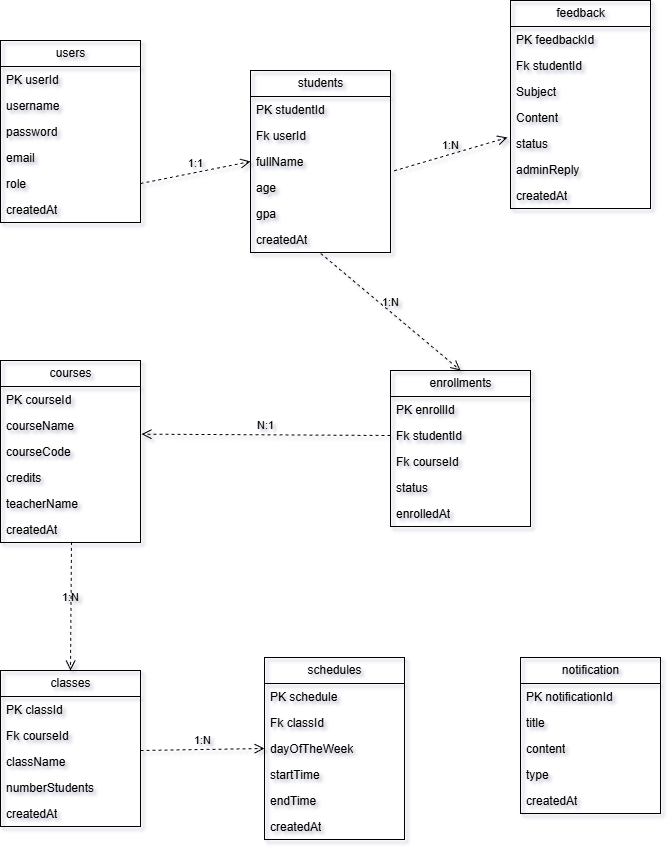
This is ERD.drawio.png from nguyenvuganarcho/intern-training-2025, a draw.io export, as it was before one commit. Source tidied: cells renumbered, new cells last; positions are measured from the earlier drawing's top-left corner, leaving out a move shared by most shapes.
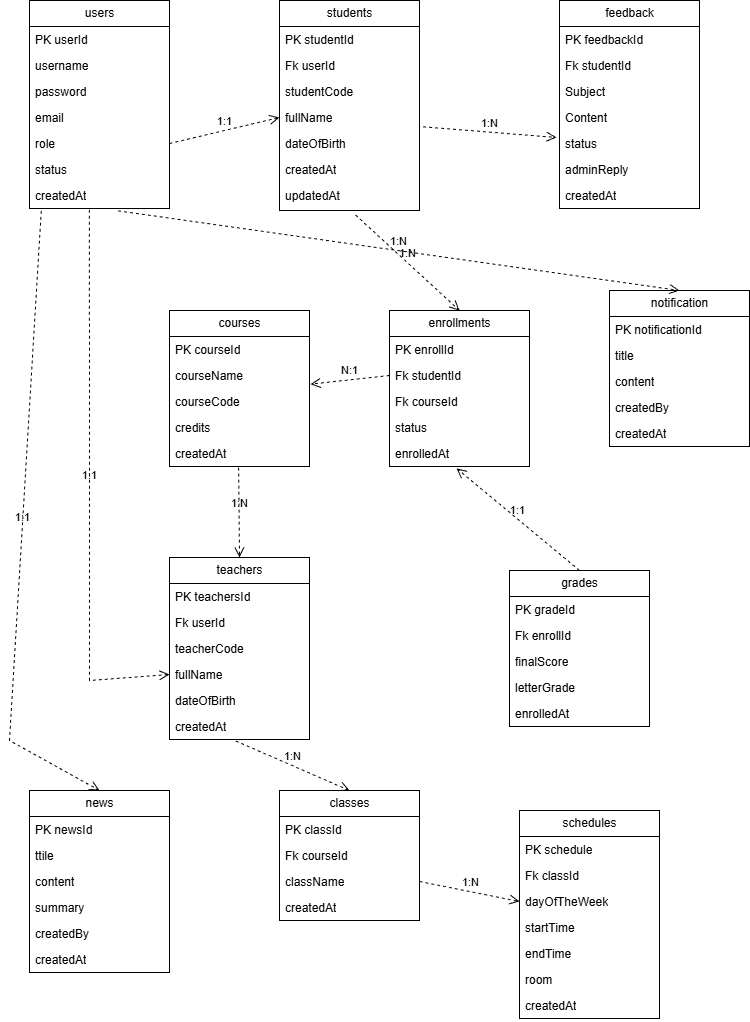
After the commit.

Diff of the diagram source:
```diff
@@ -1,2 +1,2 @@
-<mxGraphModel background="light-dark(#FFFFFF,#FFFFFF)" shadow="1">
+<mxGraphModel background="light-dark(#FFFFFF,#FFFFFF)">
   <root>
@@ -5,3 +5,3 @@
     <mxCell id="2" value="students" style="swimlane;fontStyle=0;horizontal=1;startSize=26;fillColor=none;html=1;" parent="1" vertex="1">
-      <mxGeometry x="250" y="70" width="140" height="182" as="geometry" />
+      <mxGeometry x="240" y="-60" width="140" height="210" as="geometry" />
     </mxCell>
@@ -13,11 +13,11 @@
     </mxCell>
+    <mxCell id="62" value="studentCode" style="text;strokeColor=none;fillColor=none;align=left;verticalAlign=top;spacingLeft=4;spacingRight=4;overflow=hidden;whiteSpace=wrap;html=1;" parent="2" vertex="1">
+      <mxGeometry y="78" width="140" height="26" as="geometry" />
+    </mxCell>
     <mxCell id="5" value="fullName" style="text;strokeColor=none;fillColor=none;align=left;verticalAlign=top;spacingLeft=4;spacingRight=4;overflow=hidden;points=[[0,0.5],[1,0.5]];portConstraint=eastwest;whiteSpace=wrap;html=1;" parent="2" vertex="1">
-      <mxGeometry y="78" width="140" height="26" as="geometry" />
+      <mxGeometry y="104" width="140" height="26" as="geometry" />
     </mxCell>
-    <mxCell id="6" value="age" style="text;strokeColor=none;fillColor=none;align=left;verticalAlign=top;spacingLeft=4;spacingRight=4;overflow=hidden;points=[[0,0.5],[1,0.5]];portConstraint=eastwest;whiteSpace=wrap;html=1;" parent="2" vertex="1">
-      <mxGeometry y="104" width="140" height="26" as="geometry" />
+    <mxCell id="6" value="dateOfBirth&lt;div&gt;&lt;br&gt;&lt;/div&gt;" style="text;strokeColor=none;fillColor=none;align=left;verticalAlign=top;spacingLeft=4;spacingRight=4;overflow=hidden;points=[[0,0.5],[1,0.5]];portConstraint=eastwest;whiteSpace=wrap;html=1;" parent="2" vertex="1">
+      <mxGeometry y="130" width="140" height="26" as="geometry" />
     </mxCell>
-    <mxCell id="7" value="gpa" style="text;strokeColor=none;fillColor=none;align=left;verticalAlign=top;spacingLeft=4;spacingRight=4;overflow=hidden;whiteSpace=wrap;html=1;" parent="2" vertex="1">
-      <mxGeometry y="130" width="140" height="26" as="geometry" />
-    </mxCell>
     <mxCell id="8" value="createdAt" style="text;strokeColor=none;fillColor=none;align=left;verticalAlign=top;spacingLeft=4;spacingRight=4;overflow=hidden;points=[[0,0.5],[1,0.5]];portConstraint=eastwest;whiteSpace=wrap;html=1;" parent="2" vertex="1">
@@ -25,4 +25,7 @@
     </mxCell>
+    <mxCell id="63" value="updatedAt" style="text;strokeColor=none;fillColor=none;align=left;verticalAlign=top;spacingLeft=4;spacingRight=4;overflow=hidden;points=[[0,0.5],[1,0.5]];portConstraint=eastwest;whiteSpace=wrap;html=1;" parent="2" vertex="1">
+      <mxGeometry y="182" width="140" height="28" as="geometry" />
+    </mxCell>
     <mxCell id="9" value="users" style="swimlane;fontStyle=0;horizontal=1;startSize=26;fillColor=none;html=1;" parent="1" vertex="1">
-      <mxGeometry y="40" width="140" height="182" as="geometry" />
+      <mxGeometry x="-10" y="-60" width="140" height="208" as="geometry" />
     </mxCell>
@@ -43,4 +46,7 @@
     </mxCell>
+    <mxCell id="64" value="status&lt;div&gt;&lt;br&gt;&lt;/div&gt;" style="text;strokeColor=none;fillColor=none;align=left;verticalAlign=top;spacingLeft=4;spacingRight=4;overflow=hidden;whiteSpace=wrap;html=1;" parent="9" vertex="1">
+      <mxGeometry y="156" width="140" height="26" as="geometry" />
+    </mxCell>
     <mxCell id="15" value="createdAt" style="text;strokeColor=none;fillColor=none;align=left;verticalAlign=top;spacingLeft=4;spacingRight=4;overflow=hidden;points=[[0,0.5],[1,0.5]];portConstraint=eastwest;whiteSpace=wrap;html=1;" parent="9" vertex="1">
-      <mxGeometry y="156" width="140" height="26" as="geometry" />
+      <mxGeometry y="182" width="140" height="26" as="geometry" />
     </mxCell>
@@ -50,3 +56,3 @@
     <mxCell id="17" value="enrollments" style="swimlane;fontStyle=0;horizontal=1;startSize=26;fillColor=none;html=1;" parent="1" vertex="1">
-      <mxGeometry x="390" y="370" width="140" height="156" as="geometry" />
+      <mxGeometry x="350" y="250" width="140" height="156" as="geometry" />
     </mxCell>
@@ -67,3 +73,3 @@
     </mxCell>
-    <mxCell id="23" value="1:N" style="endArrow=open;startArrow=none;endFill=0;startFill=0;endSize=8;html=1;verticalAlign=bottom;dashed=1;labelBackgroundColor=none;rounded=0;entryX=0.5;entryY=0;entryDx=0;entryDy=0;exitX=0.502;exitY=1.038;exitDx=0;exitDy=0;exitPerimeter=0;" parent="1" edge="1" source="8" target="17">
+    <mxCell id="23" value="1:N" style="endArrow=open;startArrow=none;endFill=0;startFill=0;endSize=8;html=1;verticalAlign=bottom;dashed=1;labelBackgroundColor=none;rounded=0;entryX=0.5;entryY=0;entryDx=0;entryDy=0;exitX=0.543;exitY=1.159;exitDx=0;exitDy=0;exitPerimeter=0;" parent="1" edge="1" source="63" target="17">
       <mxGeometry relative="1" as="geometry" />
@@ -71,3 +77,3 @@
     <mxCell id="24" value="courses" style="swimlane;fontStyle=0;horizontal=1;startSize=26;fillColor=none;html=1;" parent="1" vertex="1">
-      <mxGeometry y="360" width="140" height="182" as="geometry" />
+      <mxGeometry x="130" y="250" width="140" height="156" as="geometry" />
     </mxCell>
@@ -85,7 +91,4 @@
     </mxCell>
-    <mxCell id="29" value="teacherName" style="text;strokeColor=none;fillColor=none;align=left;verticalAlign=top;spacingLeft=4;spacingRight=4;overflow=hidden;whiteSpace=wrap;html=1;" parent="24" vertex="1">
-      <mxGeometry y="130" width="140" height="26" as="geometry" />
-    </mxCell>
     <mxCell id="30" value="createdAt" style="text;strokeColor=none;fillColor=none;align=left;verticalAlign=top;spacingLeft=4;spacingRight=4;overflow=hidden;points=[[0,0.5],[1,0.5]];portConstraint=eastwest;whiteSpace=wrap;html=1;" parent="24" vertex="1">
-      <mxGeometry y="156" width="140" height="26" as="geometry" />
+      <mxGeometry y="130" width="140" height="26" as="geometry" />
     </mxCell>
@@ -95,3 +98,3 @@
     <mxCell id="32" value="feedback" style="swimlane;fontStyle=0;horizontal=1;startSize=26;fillColor=none;html=1;" parent="1" vertex="1">
-      <mxGeometry x="510" width="140" height="208" as="geometry" />
+      <mxGeometry x="520" y="-60" width="140" height="208" as="geometry" />
     </mxCell>
@@ -122,3 +125,3 @@
     <mxCell id="41" value="classes" style="swimlane;fontStyle=0;horizontal=1;startSize=26;fillColor=none;html=1;" parent="1" vertex="1">
-      <mxGeometry y="670" width="140" height="156" as="geometry" />
+      <mxGeometry x="240" y="730" width="140" height="130" as="geometry" />
     </mxCell>
@@ -133,10 +136,7 @@
     </mxCell>
-    <mxCell id="45" value="numberStudents" style="text;strokeColor=none;fillColor=none;align=left;verticalAlign=top;spacingLeft=4;spacingRight=4;overflow=hidden;whiteSpace=wrap;html=1;" parent="41" vertex="1">
-      <mxGeometry y="104" width="140" height="26" as="geometry" />
-    </mxCell>
     <mxCell id="46" value="createdAt" style="text;strokeColor=none;fillColor=none;align=left;verticalAlign=top;spacingLeft=4;spacingRight=4;overflow=hidden;whiteSpace=wrap;html=1;" parent="41" vertex="1">
-      <mxGeometry y="130" width="140" height="26" as="geometry" />
+      <mxGeometry y="104" width="140" height="26" as="geometry" />
     </mxCell>
     <mxCell id="47" value="schedules" style="swimlane;fontStyle=0;horizontal=1;startSize=26;fillColor=none;html=1;" parent="1" vertex="1">
-      <mxGeometry x="264" y="657" width="140" height="182" as="geometry" />
+      <mxGeometry x="480" y="750" width="140" height="208" as="geometry" />
     </mxCell>
@@ -157,15 +157,16 @@
     </mxCell>
+    <mxCell id="65" value="room&lt;div&gt;&lt;br&gt;&lt;/div&gt;" style="text;strokeColor=none;fillColor=none;align=left;verticalAlign=top;spacingLeft=4;spacingRight=4;overflow=hidden;whiteSpace=wrap;html=1;" parent="47" vertex="1">
+      <mxGeometry y="156" width="140" height="26" as="geometry" />
+    </mxCell>
     <mxCell id="53" value="createdAt" style="text;strokeColor=none;fillColor=none;align=left;verticalAlign=top;spacingLeft=4;spacingRight=4;overflow=hidden;whiteSpace=wrap;html=1;" parent="47" vertex="1">
-      <mxGeometry y="156" width="140" height="26" as="geometry" />
+      <mxGeometry y="182" width="140" height="26" as="geometry" />
     </mxCell>
-    <mxCell id="54" value="1:N" style="endArrow=open;startArrow=none;endFill=0;startFill=0;endSize=8;html=1;verticalAlign=bottom;dashed=1;labelBackgroundColor=none;rounded=0;entryX=0.5;entryY=0;entryDx=0;entryDy=0;exitX=0.507;exitY=0.977;exitDx=0;exitDy=0;exitPerimeter=0;" parent="1" edge="1" source="30" target="41">
+    <mxCell id="54" value="1:N" style="endArrow=open;startArrow=none;endFill=0;startFill=0;endSize=8;html=1;verticalAlign=bottom;dashed=1;labelBackgroundColor=none;rounded=0;entryX=0.5;entryY=0;entryDx=0;entryDy=0;exitX=0.473;exitY=1.057;exitDx=0;exitDy=0;exitPerimeter=0;" parent="1" edge="1" source="72" target="41">
       <mxGeometry relative="1" as="geometry" />
     </mxCell>
-    <mxCell id="55" value="1:N" style="endArrow=open;startArrow=none;endFill=0;startFill=0;endSize=8;html=1;verticalAlign=bottom;dashed=1;labelBackgroundColor=none;rounded=0;entryX=0;entryY=0.5;entryDx=0;entryDy=0;exitX=0.502;exitY=1.038;exitDx=0;exitDy=0;exitPerimeter=0;" parent="1" edge="1" target="50">
-      <mxGeometry relative="1" as="geometry">
-        <mxPoint x="140" y="750" as="sourcePoint" />
-      </mxGeometry>
+    <mxCell id="55" value="1:N" style="endArrow=open;startArrow=none;endFill=0;startFill=0;endSize=8;html=1;verticalAlign=bottom;dashed=1;labelBackgroundColor=none;rounded=0;entryX=0;entryY=0.5;entryDx=0;entryDy=0;exitX=1;exitY=0.5;exitDx=0;exitDy=0;" parent="1" edge="1" source="44" target="50">
+      <mxGeometry relative="1" as="geometry" />
     </mxCell>
     <mxCell id="56" value="notification" style="swimlane;fontStyle=0;horizontal=1;startSize=26;fillColor=none;html=1;" parent="1" vertex="1">
-      <mxGeometry x="520" y="657" width="140" height="156" as="geometry" />
+      <mxGeometry x="570" y="230" width="140" height="156" as="geometry" />
     </mxCell>
@@ -180,3 +181,3 @@
     </mxCell>
-    <mxCell id="60" value="&lt;div&gt;type&lt;/div&gt;" style="text;strokeColor=none;fillColor=none;align=left;verticalAlign=top;spacingLeft=4;spacingRight=4;overflow=hidden;whiteSpace=wrap;html=1;" parent="56" vertex="1">
+    <mxCell id="60" value="&lt;div&gt;createdBy&lt;/div&gt;" style="text;strokeColor=none;fillColor=none;align=left;verticalAlign=top;spacingLeft=4;spacingRight=4;overflow=hidden;whiteSpace=wrap;html=1;" parent="56" vertex="1">
       <mxGeometry y="104" width="140" height="26" as="geometry" />
@@ -186,2 +187,86 @@
     </mxCell>
+    <mxCell id="66" value="teachers" style="swimlane;fontStyle=0;horizontal=1;startSize=26;fillColor=none;html=1;" parent="1" vertex="1">
+      <mxGeometry x="130" y="497" width="140" height="182" as="geometry" />
+    </mxCell>
+    <mxCell id="67" value="PK teachersId" style="text;strokeColor=none;fillColor=none;align=left;verticalAlign=top;spacingLeft=4;spacingRight=4;overflow=hidden;whiteSpace=wrap;html=1;" parent="66" vertex="1">
+      <mxGeometry y="26" width="140" height="26" as="geometry" />
+    </mxCell>
+    <mxCell id="68" value="Fk userId" style="text;strokeColor=none;fillColor=none;align=left;verticalAlign=top;spacingLeft=4;spacingRight=4;overflow=hidden;whiteSpace=wrap;html=1;" parent="66" vertex="1">
+      <mxGeometry y="52" width="140" height="26" as="geometry" />
+    </mxCell>
+    <mxCell id="69" value="teacherCode" style="text;strokeColor=none;fillColor=none;align=left;verticalAlign=top;spacingLeft=4;spacingRight=4;overflow=hidden;whiteSpace=wrap;html=1;" parent="66" vertex="1">
+      <mxGeometry y="78" width="140" height="26" as="geometry" />
+    </mxCell>
+    <mxCell id="70" value="fullName" style="text;strokeColor=none;fillColor=none;align=left;verticalAlign=top;spacingLeft=4;spacingRight=4;overflow=hidden;points=[[0,0.5],[1,0.5]];portConstraint=eastwest;whiteSpace=wrap;html=1;" parent="66" vertex="1">
+      <mxGeometry y="104" width="140" height="26" as="geometry" />
+    </mxCell>
+    <mxCell id="71" value="dateOfBirth&lt;div&gt;&lt;br&gt;&lt;/div&gt;" style="text;strokeColor=none;fillColor=none;align=left;verticalAlign=top;spacingLeft=4;spacingRight=4;overflow=hidden;whiteSpace=wrap;html=1;" parent="66" vertex="1">
+      <mxGeometry y="130" width="140" height="26" as="geometry" />
+    </mxCell>
+    <mxCell id="72" value="createdAt" style="text;strokeColor=none;fillColor=none;align=left;verticalAlign=top;spacingLeft=4;spacingRight=4;overflow=hidden;points=[[0,0.5],[1,0.5]];portConstraint=eastwest;whiteSpace=wrap;html=1;" parent="66" vertex="1">
+      <mxGeometry y="156" width="140" height="26" as="geometry" />
+    </mxCell>
+    <mxCell id="73" value="1:N" style="endArrow=open;startArrow=none;endFill=0;startFill=0;endSize=8;html=1;verticalAlign=bottom;dashed=1;labelBackgroundColor=none;rounded=0;entryX=0.5;entryY=0;entryDx=0;entryDy=0;exitX=0.494;exitY=1.042;exitDx=0;exitDy=0;exitPerimeter=0;" parent="1" edge="1" source="30" target="66">
+      <mxGeometry relative="1" as="geometry" />
+    </mxCell>
+    <mxCell id="74" value="1:N" style="endArrow=open;startArrow=none;endFill=0;startFill=0;endSize=8;html=1;verticalAlign=bottom;dashed=1;labelBackgroundColor=none;rounded=0;entryX=0.5;entryY=0;entryDx=0;entryDy=0;exitX=0.633;exitY=1.09;exitDx=0;exitDy=0;exitPerimeter=0;" parent="1" edge="1" source="15" target="56">
+      <mxGeometry relative="1" as="geometry" />
+    </mxCell>
+    <mxCell id="75" value="grades" style="swimlane;fontStyle=0;horizontal=1;startSize=26;fillColor=none;html=1;" parent="1" vertex="1">
+      <mxGeometry x="470" y="510" width="140" height="156" as="geometry" />
+    </mxCell>
+    <mxCell id="76" value="PK gradeId" style="text;strokeColor=none;fillColor=none;align=left;verticalAlign=top;spacingLeft=4;spacingRight=4;overflow=hidden;whiteSpace=wrap;html=1;" parent="75" vertex="1">
+      <mxGeometry y="26" width="140" height="26" as="geometry" />
+    </mxCell>
+    <mxCell id="77" value="Fk enrollId" style="text;strokeColor=none;fillColor=none;align=left;verticalAlign=top;spacingLeft=4;spacingRight=4;overflow=hidden;whiteSpace=wrap;html=1;" parent="75" vertex="1">
+      <mxGeometry y="52" width="140" height="26" as="geometry" />
+    </mxCell>
+    <mxCell id="78" value="finalScore" style="text;strokeColor=none;fillColor=none;align=left;verticalAlign=top;spacingLeft=4;spacingRight=4;overflow=hidden;whiteSpace=wrap;html=1;" parent="75" vertex="1">
+      <mxGeometry y="78" width="140" height="26" as="geometry" />
+    </mxCell>
+    <mxCell id="79" value="&lt;div&gt;letterGrade&lt;/div&gt;" style="text;strokeColor=none;fillColor=none;align=left;verticalAlign=top;spacingLeft=4;spacingRight=4;overflow=hidden;whiteSpace=wrap;html=1;" parent="75" vertex="1">
+      <mxGeometry y="104" width="140" height="26" as="geometry" />
+    </mxCell>
+    <mxCell id="80" value="enrolledAt" style="text;strokeColor=none;fillColor=none;align=left;verticalAlign=top;spacingLeft=4;spacingRight=4;overflow=hidden;whiteSpace=wrap;html=1;" parent="75" vertex="1">
+      <mxGeometry y="130" width="140" height="26" as="geometry" />
+    </mxCell>
+    <mxCell id="81" value="1:1" style="endArrow=open;startArrow=none;endFill=0;startFill=0;endSize=8;html=1;verticalAlign=bottom;dashed=1;labelBackgroundColor=none;rounded=0;entryX=0.479;entryY=1.072;entryDx=0;entryDy=0;exitX=0.5;exitY=0;exitDx=0;exitDy=0;entryPerimeter=0;" parent="1" edge="1" source="75" target="22">
+      <mxGeometry relative="1" as="geometry" />
+    </mxCell>
+    <mxCell id="82" value="1:1" style="endArrow=open;startArrow=none;endFill=0;startFill=0;endSize=8;html=1;verticalAlign=bottom;dashed=1;labelBackgroundColor=none;rounded=0;exitX=0.428;exitY=1.05;exitDx=0;exitDy=0;exitPerimeter=0;entryX=0;entryY=0.5;entryDx=0;entryDy=0;" parent="1" edge="1" source="15" target="70">
+      <mxGeometry relative="1" as="geometry">
+        <Array as="points">
+          <mxPoint x="50" y="620" />
+        </Array>
+      </mxGeometry>
+    </mxCell>
+    <mxCell id="83" value="news" style="swimlane;fontStyle=0;horizontal=1;startSize=26;fillColor=none;html=1;" parent="1" vertex="1">
+      <mxGeometry x="-10" y="730" width="140" height="182" as="geometry" />
+    </mxCell>
+    <mxCell id="84" value="PK newsId" style="text;strokeColor=none;fillColor=none;align=left;verticalAlign=top;spacingLeft=4;spacingRight=4;overflow=hidden;whiteSpace=wrap;html=1;" parent="83" vertex="1">
+      <mxGeometry y="26" width="140" height="26" as="geometry" />
+    </mxCell>
+    <mxCell id="85" value="ttile" style="text;strokeColor=none;fillColor=none;align=left;verticalAlign=top;spacingLeft=4;spacingRight=4;overflow=hidden;whiteSpace=wrap;html=1;" parent="83" vertex="1">
+      <mxGeometry y="52" width="140" height="26" as="geometry" />
+    </mxCell>
+    <mxCell id="86" value="content" style="text;strokeColor=none;fillColor=none;align=left;verticalAlign=top;spacingLeft=4;spacingRight=4;overflow=hidden;whiteSpace=wrap;html=1;" parent="83" vertex="1">
+      <mxGeometry y="78" width="140" height="26" as="geometry" />
+    </mxCell>
+    <mxCell id="87" value="summary&lt;div&gt;&lt;br&gt;&lt;/div&gt;" style="text;strokeColor=none;fillColor=none;align=left;verticalAlign=top;spacingLeft=4;spacingRight=4;overflow=hidden;whiteSpace=wrap;html=1;" parent="83" vertex="1">
+      <mxGeometry y="104" width="140" height="26" as="geometry" />
+    </mxCell>
+    <mxCell id="88" value="&lt;div&gt;createdBy&lt;/div&gt;&lt;div&gt;&lt;br&gt;&lt;/div&gt;" style="text;strokeColor=none;fillColor=none;align=left;verticalAlign=top;spacingLeft=4;spacingRight=4;overflow=hidden;whiteSpace=wrap;html=1;" parent="83" vertex="1">
+      <mxGeometry y="130" width="140" height="26" as="geometry" />
+    </mxCell>
+    <mxCell id="89" value="createdAt" style="text;strokeColor=none;fillColor=none;align=left;verticalAlign=top;spacingLeft=4;spacingRight=4;overflow=hidden;whiteSpace=wrap;html=1;" parent="83" vertex="1">
+      <mxGeometry y="156" width="140" height="26" as="geometry" />
+    </mxCell>
+    <mxCell id="90" value="1:1" style="endArrow=open;startArrow=none;endFill=0;startFill=0;endSize=8;html=1;verticalAlign=bottom;dashed=1;labelBackgroundColor=none;rounded=0;exitX=0.084;exitY=1.09;exitDx=0;exitDy=0;exitPerimeter=0;" parent="1" edge="1" source="15">
+      <mxGeometry relative="1" as="geometry">
+        <mxPoint x="60" y="730" as="targetPoint" />
+        <Array as="points">
+          <mxPoint x="-30" y="680" />
+        </Array>
+      </mxGeometry>
+    </mxCell>
   </root>
```
